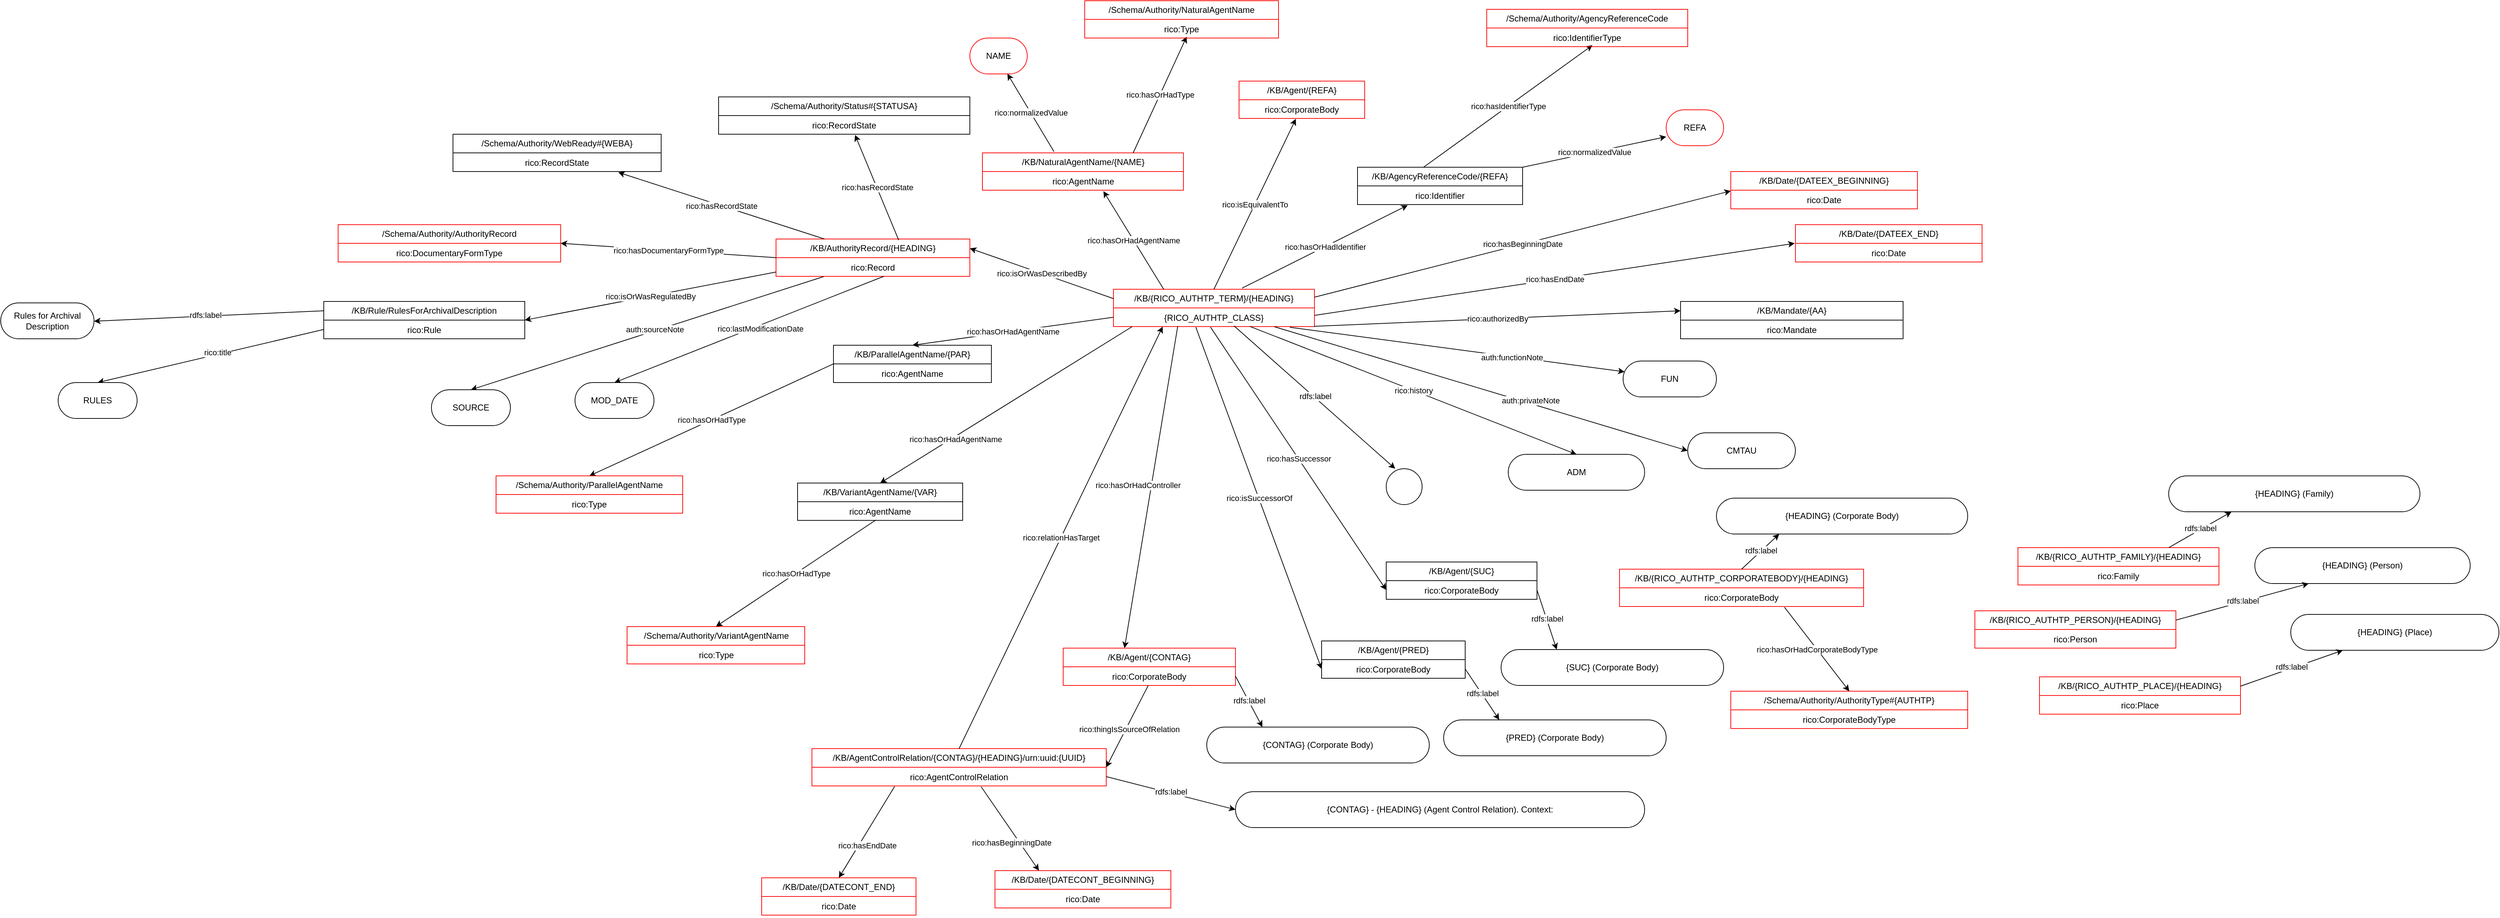
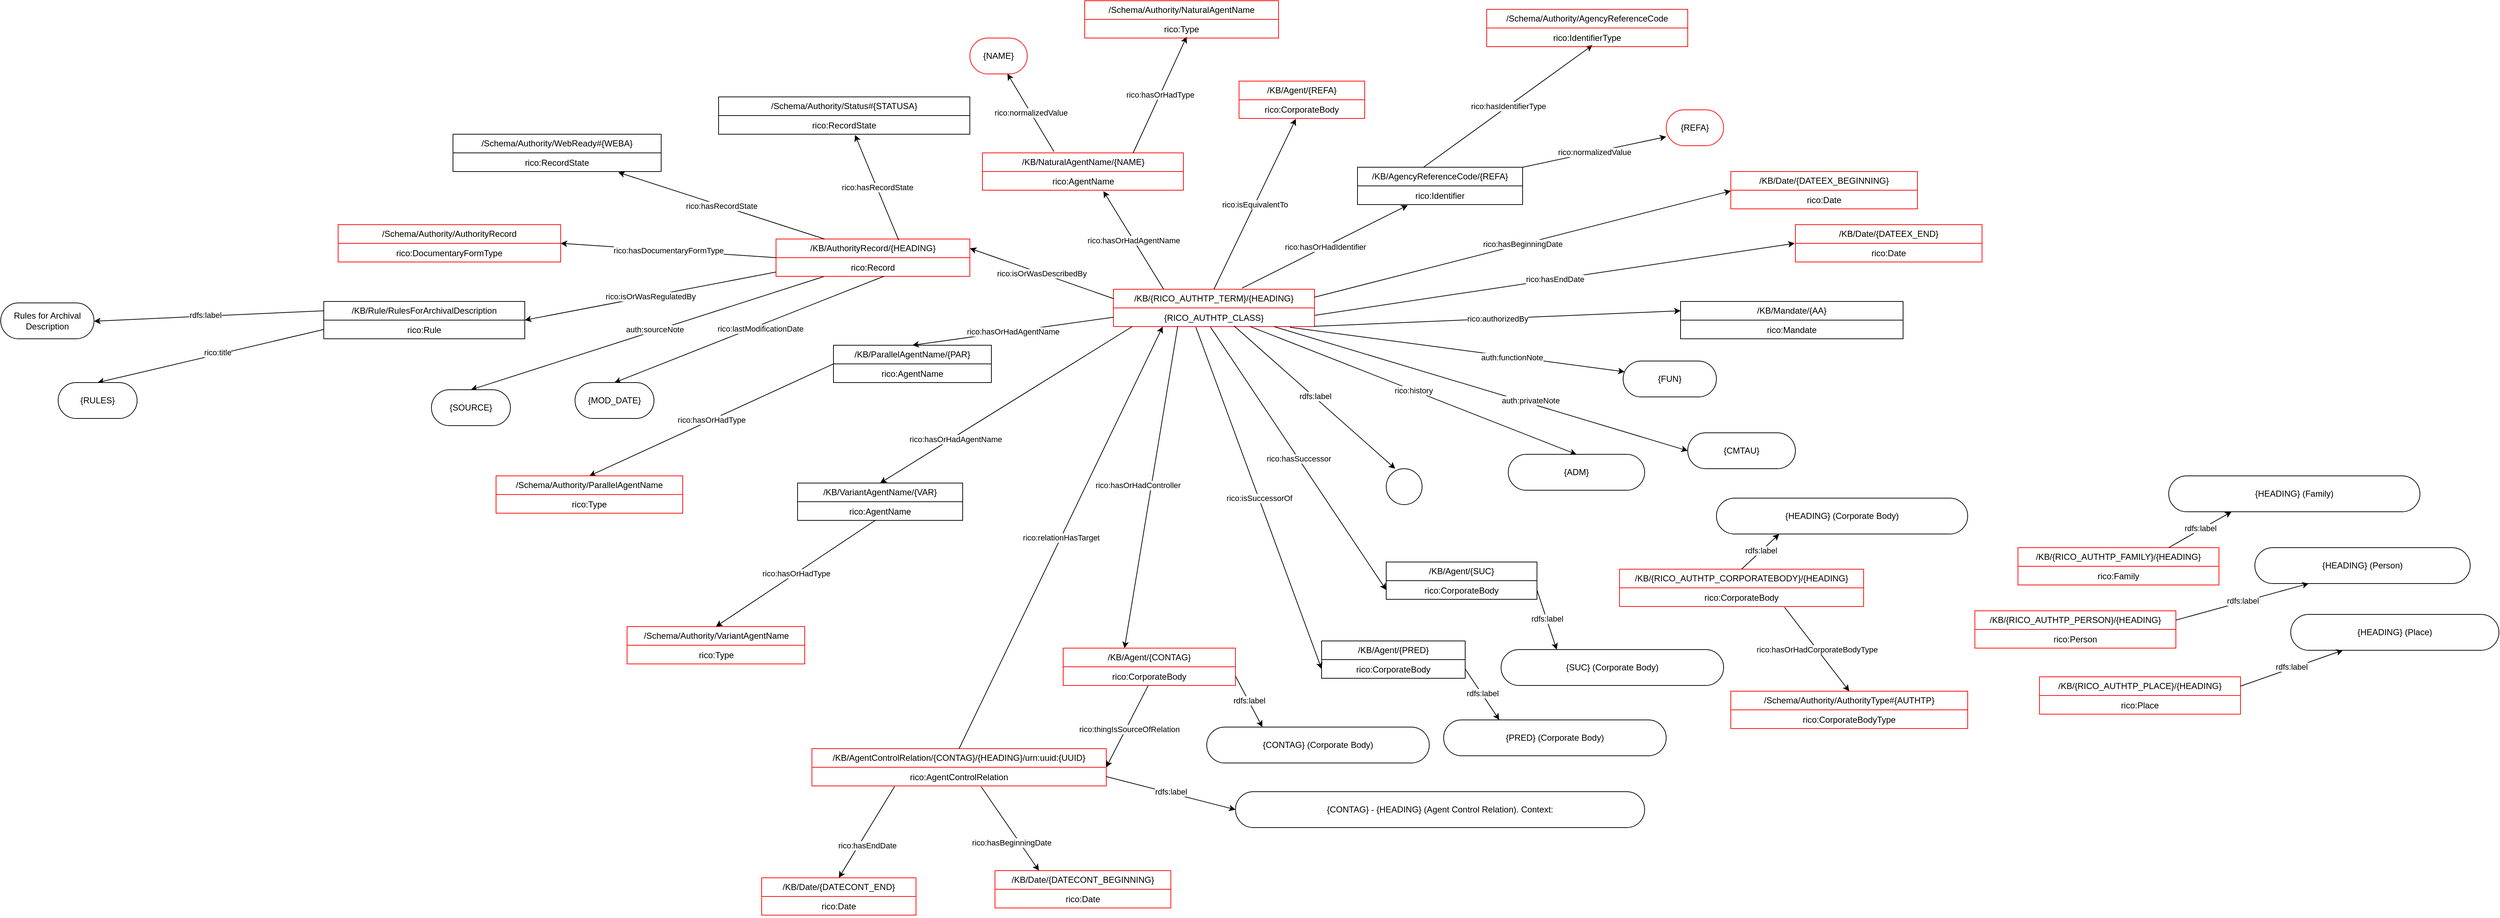
<mxfile host="app.diagrams.net" agent="Mozilla/5.0 (Macintosh; Intel Mac OS X 10_15_7) AppleWebKit/537.36 (KHTML, like Gecko) Chrome/137.0.0.0 Safari/537.36" version="27.1.6">
  <diagram name="Page-1" id="JNRxnBV9_3tvGunqLC9R">
    <mxGraphModel dx="2725" dy="1530" grid="1" gridSize="10" guides="1" tooltips="1" connect="1" arrows="1" fold="1" page="1" pageScale="1" pageWidth="850" pageHeight="1100" background="#FFFFFF" math="0" shadow="0">
      <root>
        <mxCell id="0" />
        <mxCell id="1" parent="0" />
        <mxCell id="gmwnegnUR_CNORKRYM6Y-1" value="/KB/{RICO_AUTHTP_TERM}/{HEADING}" style="swimlane;fontStyle=0;childLayout=stackLayout;horizontal=1;startSize=26;fillColor=none;horizontalStack=0;resizeParent=1;resizeParentMax=0;resizeLast=0;collapsible=1;marginBottom=0;whiteSpace=wrap;html=1;strokeColor=#FF0000;" parent="1" vertex="1">
          <mxGeometry x="240" y="370" width="280" height="52" as="geometry" />
        </mxCell>
        <mxCell id="gmwnegnUR_CNORKRYM6Y-2" value="{RICO_AUTHTP_CLASS}" style="text;strokeColor=none;fillColor=none;align=center;verticalAlign=top;spacingLeft=4;spacingRight=4;overflow=hidden;rotatable=0;points=[[0,0.5],[1,0.5]];portConstraint=eastwest;whiteSpace=wrap;html=1;" parent="gmwnegnUR_CNORKRYM6Y-1" vertex="1">
          <mxGeometry y="26" width="280" height="26" as="geometry" />
        </mxCell>
        <mxCell id="gmwnegnUR_CNORKRYM6Y-10" value="" style="endArrow=classic;html=1;rounded=0;exitX=0.356;exitY=-0.034;exitDx=0;exitDy=0;exitPerimeter=0;entryX=0.654;entryY=0.996;entryDx=0;entryDy=0;entryPerimeter=0;" parent="1" source="iiJ8OJKaNMLrSCaLO3TT-1" target="gmwnegnUR_CNORKRYM6Y-12" edge="1">
          <mxGeometry relative="1" as="geometry">
            <mxPoint x="230" y="180" as="sourcePoint" />
            <mxPoint x="190" y="130" as="targetPoint" />
          </mxGeometry>
        </mxCell>
        <mxCell id="gmwnegnUR_CNORKRYM6Y-11" value="rico:normalizedValue" style="edgeLabel;resizable=0;html=1;;align=center;verticalAlign=middle;" parent="gmwnegnUR_CNORKRYM6Y-10" connectable="0" vertex="1">
          <mxGeometry relative="1" as="geometry" />
        </mxCell>
-         <mxCell id="gmwnegnUR_CNORKRYM6Y-12" value="NAME" style="html=1;whiteSpace=wrap;rounded=1;arcSize=50;strokeColor=#FF0000;" parent="1" vertex="1">
+         <mxCell id="gmwnegnUR_CNORKRYM6Y-12" value="{NAME}" style="html=1;whiteSpace=wrap;rounded=1;arcSize=50;strokeColor=#FF0000;" parent="1" vertex="1">
          <mxGeometry x="40" y="20" width="80" height="50" as="geometry" />
        </mxCell>
        <mxCell id="gmwnegnUR_CNORKRYM6Y-13" value="/KB/AgencyReferenceCode/{REFA}" style="swimlane;fontStyle=0;childLayout=stackLayout;horizontal=1;startSize=26;fillColor=none;horizontalStack=0;resizeParent=1;resizeParentMax=0;resizeLast=0;collapsible=1;marginBottom=0;whiteSpace=wrap;html=1;" parent="1" vertex="1">
          <mxGeometry x="580" y="200" width="230" height="52" as="geometry">
            <mxRectangle x="981" y="570" width="50" height="40" as="alternateBounds" />
          </mxGeometry>
        </mxCell>
        <mxCell id="gmwnegnUR_CNORKRYM6Y-14" value="rico:Identifier" style="text;strokeColor=none;fillColor=none;align=center;verticalAlign=top;spacingLeft=4;spacingRight=4;overflow=hidden;rotatable=0;points=[[0,0.5],[1,0.5]];portConstraint=eastwest;whiteSpace=wrap;html=1;" parent="gmwnegnUR_CNORKRYM6Y-13" vertex="1">
          <mxGeometry y="26" width="230" height="26" as="geometry" />
        </mxCell>
        <mxCell id="gmwnegnUR_CNORKRYM6Y-16" value="" style="endArrow=classic;html=1;rounded=0;entryX=0.304;entryY=1.038;entryDx=0;entryDy=0;entryPerimeter=0;exitX=0.64;exitY=-0.029;exitDx=0;exitDy=0;exitPerimeter=0;" parent="1" source="gmwnegnUR_CNORKRYM6Y-1" target="gmwnegnUR_CNORKRYM6Y-14" edge="1">
          <mxGeometry relative="1" as="geometry">
            <mxPoint x="410" y="350" as="sourcePoint" />
            <mxPoint x="490" y="300" as="targetPoint" />
          </mxGeometry>
        </mxCell>
        <mxCell id="gmwnegnUR_CNORKRYM6Y-17" value="rico:hasOrHadIdentifier" style="edgeLabel;resizable=0;html=1;;align=center;verticalAlign=middle;" parent="gmwnegnUR_CNORKRYM6Y-16" connectable="0" vertex="1">
          <mxGeometry relative="1" as="geometry" />
        </mxCell>
        <mxCell id="gmwnegnUR_CNORKRYM6Y-18" value="" style="endArrow=classic;html=1;rounded=0;exitX=0.4;exitY=0;exitDx=0;exitDy=0;exitPerimeter=0;entryX=0.526;entryY=0.923;entryDx=0;entryDy=0;entryPerimeter=0;" parent="1" source="gmwnegnUR_CNORKRYM6Y-13" target="lstVy3rX84DfsURla7Zy-17" edge="1">
          <mxGeometry relative="1" as="geometry">
            <mxPoint x="320" y="60" as="sourcePoint" />
            <mxPoint x="810" y="140" as="targetPoint" />
          </mxGeometry>
        </mxCell>
        <mxCell id="gmwnegnUR_CNORKRYM6Y-19" value="rico:hasIdentifierType" style="edgeLabel;resizable=0;html=1;;align=center;verticalAlign=middle;" parent="gmwnegnUR_CNORKRYM6Y-18" connectable="0" vertex="1">
          <mxGeometry relative="1" as="geometry" />
        </mxCell>
        <mxCell id="iiJ8OJKaNMLrSCaLO3TT-1" value="/KB/NaturalAgentName/{NAME}" style="swimlane;fontStyle=0;childLayout=stackLayout;horizontal=1;startSize=26;fillColor=none;horizontalStack=0;resizeParent=1;resizeParentMax=0;resizeLast=0;collapsible=1;marginBottom=0;whiteSpace=wrap;html=1;strokeColor=#FF0000;" parent="1" vertex="1">
          <mxGeometry x="57.5" y="180" width="280" height="52" as="geometry">
            <mxRectangle x="981" y="570" width="50" height="40" as="alternateBounds" />
          </mxGeometry>
        </mxCell>
        <mxCell id="iiJ8OJKaNMLrSCaLO3TT-2" value="rico:AgentName" style="text;strokeColor=none;fillColor=none;align=center;verticalAlign=top;spacingLeft=4;spacingRight=4;overflow=hidden;rotatable=0;points=[[0,0.5],[1,0.5]];portConstraint=eastwest;whiteSpace=wrap;html=1;" parent="iiJ8OJKaNMLrSCaLO3TT-1" vertex="1">
          <mxGeometry y="26" width="280" height="26" as="geometry" />
        </mxCell>
        <mxCell id="iiJ8OJKaNMLrSCaLO3TT-3" value="" style="endArrow=classic;html=1;rounded=0;exitX=0.25;exitY=0;exitDx=0;exitDy=0;entryX=0.602;entryY=1.051;entryDx=0;entryDy=0;entryPerimeter=0;" parent="1" source="gmwnegnUR_CNORKRYM6Y-1" target="iiJ8OJKaNMLrSCaLO3TT-2" edge="1">
          <mxGeometry relative="1" as="geometry">
            <mxPoint x="330" y="362" as="sourcePoint" />
            <mxPoint x="280" y="280" as="targetPoint" />
          </mxGeometry>
        </mxCell>
        <mxCell id="iiJ8OJKaNMLrSCaLO3TT-4" value="rico:hasOrHadAgentName" style="edgeLabel;resizable=0;html=1;;align=center;verticalAlign=middle;" parent="iiJ8OJKaNMLrSCaLO3TT-3" connectable="0" vertex="1">
          <mxGeometry relative="1" as="geometry" />
        </mxCell>
        <mxCell id="iiJ8OJKaNMLrSCaLO3TT-9" value="" style="endArrow=classic;html=1;rounded=0;exitX=1.001;exitY=0.212;exitDx=0;exitDy=0;exitPerimeter=0;entryX=0;entryY=0.038;entryDx=0;entryDy=0;strokeColor=#000000;entryPerimeter=0;" parent="1" source="gmwnegnUR_CNORKRYM6Y-1" target="iiJ8OJKaNMLrSCaLO3TT-12" edge="1">
          <mxGeometry relative="1" as="geometry">
            <mxPoint x="500" y="400.0000000000002" as="sourcePoint" />
            <mxPoint x="720" y="360" as="targetPoint" />
          </mxGeometry>
        </mxCell>
        <mxCell id="iiJ8OJKaNMLrSCaLO3TT-10" value="rico:hasBeginningDate" style="edgeLabel;resizable=0;html=1;;align=center;verticalAlign=middle;" parent="iiJ8OJKaNMLrSCaLO3TT-9" connectable="0" vertex="1">
          <mxGeometry relative="1" as="geometry" />
        </mxCell>
        <mxCell id="iiJ8OJKaNMLrSCaLO3TT-11" value="/KB/Date/{DATEEX_BEGINNING}" style="swimlane;fontStyle=0;childLayout=stackLayout;horizontal=1;startSize=26;fillColor=none;horizontalStack=0;resizeParent=1;resizeParentMax=0;resizeLast=0;collapsible=1;marginBottom=0;whiteSpace=wrap;html=1;strokeColor=#FF0000;" parent="1" vertex="1">
          <mxGeometry x="1100" y="206" width="260" height="52" as="geometry" />
        </mxCell>
        <mxCell id="iiJ8OJKaNMLrSCaLO3TT-12" value="rico:Date" style="text;strokeColor=none;fillColor=none;align=center;verticalAlign=top;spacingLeft=4;spacingRight=4;overflow=hidden;rotatable=0;points=[[0,0.5],[1,0.5]];portConstraint=eastwest;whiteSpace=wrap;html=1;" parent="iiJ8OJKaNMLrSCaLO3TT-11" vertex="1">
          <mxGeometry y="26" width="260" height="26" as="geometry" />
        </mxCell>
        <mxCell id="iiJ8OJKaNMLrSCaLO3TT-17" value="" style="endArrow=classic;html=1;rounded=0;exitX=1.001;exitY=0.397;exitDx=0;exitDy=0;exitPerimeter=0;entryX=-0.004;entryY=0;entryDx=0;entryDy=0;entryPerimeter=0;strokeColor=#000000;" parent="1" source="gmwnegnUR_CNORKRYM6Y-2" target="iiJ8OJKaNMLrSCaLO3TT-20" edge="1">
          <mxGeometry relative="1" as="geometry">
            <mxPoint x="480" y="400.0000000000002" as="sourcePoint" />
            <mxPoint x="620" y="400" as="targetPoint" />
          </mxGeometry>
        </mxCell>
        <mxCell id="iiJ8OJKaNMLrSCaLO3TT-18" value="rico:hasEndDate" style="edgeLabel;resizable=0;html=1;;align=center;verticalAlign=middle;" parent="iiJ8OJKaNMLrSCaLO3TT-17" connectable="0" vertex="1">
          <mxGeometry relative="1" as="geometry" />
        </mxCell>
        <mxCell id="iiJ8OJKaNMLrSCaLO3TT-19" value="/KB/Date/{DATEEX_END}" style="swimlane;fontStyle=0;childLayout=stackLayout;horizontal=1;startSize=26;fillColor=none;horizontalStack=0;resizeParent=1;resizeParentMax=0;resizeLast=0;collapsible=1;marginBottom=0;whiteSpace=wrap;html=1;strokeColor=#FF0000;" parent="1" vertex="1">
          <mxGeometry x="1190" y="280" width="260" height="52" as="geometry" />
        </mxCell>
        <mxCell id="iiJ8OJKaNMLrSCaLO3TT-20" value="rico:Date" style="text;strokeColor=none;fillColor=none;align=center;verticalAlign=top;spacingLeft=4;spacingRight=4;overflow=hidden;rotatable=0;points=[[0,0.5],[1,0.5]];portConstraint=eastwest;whiteSpace=wrap;html=1;" parent="iiJ8OJKaNMLrSCaLO3TT-19" vertex="1">
          <mxGeometry y="26" width="260" height="26" as="geometry" />
        </mxCell>
        <mxCell id="_-RjwaxhbeTWfwVWe4ke-1" value="/KB/Mandate/{AA}" style="swimlane;fontStyle=0;childLayout=stackLayout;horizontal=1;startSize=26;fillColor=none;horizontalStack=0;resizeParent=1;resizeParentMax=0;resizeLast=0;collapsible=1;marginBottom=0;whiteSpace=wrap;html=1;" parent="1" vertex="1">
          <mxGeometry x="1030" y="387" width="310" height="52" as="geometry" />
        </mxCell>
        <mxCell id="_-RjwaxhbeTWfwVWe4ke-2" value="rico:Mandate" style="text;strokeColor=none;fillColor=none;align=center;verticalAlign=top;spacingLeft=4;spacingRight=4;overflow=hidden;rotatable=0;points=[[0,0.5],[1,0.5]];portConstraint=eastwest;whiteSpace=wrap;html=1;" parent="_-RjwaxhbeTWfwVWe4ke-1" vertex="1">
          <mxGeometry y="26" width="310" height="26" as="geometry" />
        </mxCell>
        <mxCell id="_-RjwaxhbeTWfwVWe4ke-3" value="" style="endArrow=classic;html=1;rounded=0;exitX=0.999;exitY=0.987;exitDx=0;exitDy=0;exitPerimeter=0;entryX=0;entryY=0.25;entryDx=0;entryDy=0;" parent="1" source="gmwnegnUR_CNORKRYM6Y-2" target="_-RjwaxhbeTWfwVWe4ke-1" edge="1">
          <mxGeometry relative="1" as="geometry">
            <mxPoint x="490" y="500" as="sourcePoint" />
            <mxPoint x="630" y="500" as="targetPoint" />
          </mxGeometry>
        </mxCell>
        <mxCell id="_-RjwaxhbeTWfwVWe4ke-4" value="rico:authorizedBy" style="edgeLabel;resizable=0;html=1;;align=center;verticalAlign=middle;" parent="_-RjwaxhbeTWfwVWe4ke-3" connectable="0" vertex="1">
          <mxGeometry relative="1" as="geometry" />
        </mxCell>
        <mxCell id="_-RjwaxhbeTWfwVWe4ke-13" value="" style="endArrow=classic;html=1;rounded=0;exitX=0.678;exitY=0.987;exitDx=0;exitDy=0;exitPerimeter=0;entryX=0.5;entryY=0;entryDx=0;entryDy=0;" parent="1" source="gmwnegnUR_CNORKRYM6Y-2" target="_-RjwaxhbeTWfwVWe4ke-15" edge="1">
          <mxGeometry relative="1" as="geometry">
            <mxPoint x="330" y="540" as="sourcePoint" />
            <mxPoint x="600" y="630" as="targetPoint" />
          </mxGeometry>
        </mxCell>
        <mxCell id="_-RjwaxhbeTWfwVWe4ke-14" value="rico:history" style="edgeLabel;resizable=0;html=1;;align=center;verticalAlign=middle;" parent="_-RjwaxhbeTWfwVWe4ke-13" connectable="0" vertex="1">
          <mxGeometry relative="1" as="geometry" />
        </mxCell>
-         <mxCell id="_-RjwaxhbeTWfwVWe4ke-15" value="ADM" style="html=1;whiteSpace=wrap;rounded=1;arcSize=50;" parent="1" vertex="1">
+         <mxCell id="_-RjwaxhbeTWfwVWe4ke-15" value="{ADM}" style="html=1;whiteSpace=wrap;rounded=1;arcSize=50;" parent="1" vertex="1">
          <mxGeometry x="790" y="600" width="190" height="50" as="geometry" />
        </mxCell>
        <mxCell id="I4GB3cVhTv-sTvJ7h0Jz-26" value="" style="endArrow=classic;html=1;rounded=0;entryX=0.5;entryY=0;entryDx=0;entryDy=0;exitX=0.25;exitY=1;exitDx=0;exitDy=0;" parent="1" source="I4GB3cVhTv-sTvJ7h0Jz-29" target="I4GB3cVhTv-sTvJ7h0Jz-28" edge="1">
          <mxGeometry relative="1" as="geometry">
            <mxPoint x="-141" y="400" as="sourcePoint" />
            <mxPoint x="-140" y="650" as="targetPoint" />
          </mxGeometry>
        </mxCell>
        <mxCell id="I4GB3cVhTv-sTvJ7h0Jz-27" value="auth:sourceNote" style="edgeLabel;resizable=0;html=1;;align=center;verticalAlign=middle;" parent="I4GB3cVhTv-sTvJ7h0Jz-26" connectable="0" vertex="1">
          <mxGeometry relative="1" as="geometry">
            <mxPoint x="9" y="-5" as="offset" />
          </mxGeometry>
        </mxCell>
-         <mxCell id="I4GB3cVhTv-sTvJ7h0Jz-28" value="SOURCE" style="html=1;whiteSpace=wrap;rounded=1;arcSize=50;" parent="1" vertex="1">
+         <mxCell id="I4GB3cVhTv-sTvJ7h0Jz-28" value="{SOURCE}" style="html=1;whiteSpace=wrap;rounded=1;arcSize=50;" parent="1" vertex="1">
          <mxGeometry x="-710" y="510" width="110" height="50" as="geometry" />
        </mxCell>
        <mxCell id="I4GB3cVhTv-sTvJ7h0Jz-29" value="/KB/AuthorityRecord/{HEADING}" style="swimlane;fontStyle=0;childLayout=stackLayout;horizontal=1;startSize=26;fillColor=none;horizontalStack=0;resizeParent=1;resizeParentMax=0;resizeLast=0;collapsible=1;marginBottom=0;whiteSpace=wrap;html=1;strokeColor=#FF0000;" parent="1" vertex="1">
          <mxGeometry x="-230" y="300" width="270" height="52" as="geometry" />
        </mxCell>
        <mxCell id="I4GB3cVhTv-sTvJ7h0Jz-30" value="rico:Record" style="text;strokeColor=none;fillColor=none;align=center;verticalAlign=top;spacingLeft=4;spacingRight=4;overflow=hidden;rotatable=0;points=[[0,0.5],[1,0.5]];portConstraint=eastwest;whiteSpace=wrap;html=1;" parent="I4GB3cVhTv-sTvJ7h0Jz-29" vertex="1">
          <mxGeometry y="26" width="270" height="26" as="geometry" />
        </mxCell>
        <mxCell id="I4GB3cVhTv-sTvJ7h0Jz-31" value="" style="endArrow=classic;html=1;rounded=0;exitX=0;exitY=0.25;exitDx=0;exitDy=0;entryX=1;entryY=0.25;entryDx=0;entryDy=0;" parent="1" source="gmwnegnUR_CNORKRYM6Y-1" target="I4GB3cVhTv-sTvJ7h0Jz-29" edge="1">
          <mxGeometry relative="1" as="geometry">
            <mxPoint x="160" y="386" as="sourcePoint" />
            <mxPoint x="-110" y="380" as="targetPoint" />
          </mxGeometry>
        </mxCell>
        <mxCell id="I4GB3cVhTv-sTvJ7h0Jz-32" value="rico:isOrWasDescribedBy" style="edgeLabel;resizable=0;html=1;;align=center;verticalAlign=middle;" parent="I4GB3cVhTv-sTvJ7h0Jz-31" connectable="0" vertex="1">
          <mxGeometry relative="1" as="geometry" />
        </mxCell>
        <mxCell id="I4GB3cVhTv-sTvJ7h0Jz-33" value="" style="endArrow=classic;html=1;rounded=0;exitX=0;exitY=0.5;exitDx=0;exitDy=0;entryX=1;entryY=0.5;entryDx=0;entryDy=0;" parent="1" source="I4GB3cVhTv-sTvJ7h0Jz-29" target="I4GB3cVhTv-sTvJ7h0Jz-35" edge="1">
          <mxGeometry relative="1" as="geometry">
            <mxPoint x="-200" y="364" as="sourcePoint" />
            <mxPoint x="-410" y="410" as="targetPoint" />
          </mxGeometry>
        </mxCell>
        <mxCell id="I4GB3cVhTv-sTvJ7h0Jz-34" value="rico:hasDocumentaryFormType" style="edgeLabel;resizable=0;html=1;;align=center;verticalAlign=middle;" parent="I4GB3cVhTv-sTvJ7h0Jz-33" connectable="0" vertex="1">
          <mxGeometry relative="1" as="geometry" />
        </mxCell>
        <mxCell id="I4GB3cVhTv-sTvJ7h0Jz-35" value="/Schema/Authority/AuthorityRecord" style="swimlane;fontStyle=0;childLayout=stackLayout;horizontal=1;startSize=26;fillColor=none;horizontalStack=0;resizeParent=1;resizeParentMax=0;resizeLast=0;collapsible=1;marginBottom=0;whiteSpace=wrap;html=1;strokeColor=#FF0000;" parent="1" vertex="1">
          <mxGeometry x="-840" y="280" width="310" height="52" as="geometry">
            <mxRectangle x="981" y="570" width="50" height="40" as="alternateBounds" />
          </mxGeometry>
        </mxCell>
        <mxCell id="I4GB3cVhTv-sTvJ7h0Jz-36" value="rico:DocumentaryFormType" style="text;strokeColor=none;fillColor=none;align=center;verticalAlign=top;spacingLeft=4;spacingRight=4;overflow=hidden;rotatable=0;points=[[0,0.5],[1,0.5]];portConstraint=eastwest;whiteSpace=wrap;html=1;" parent="I4GB3cVhTv-sTvJ7h0Jz-35" vertex="1">
          <mxGeometry y="26" width="310" height="26" as="geometry" />
        </mxCell>
        <mxCell id="I4GB3cVhTv-sTvJ7h0Jz-37" value="" style="endArrow=classic;html=1;rounded=0;exitX=0;exitY=0.769;exitDx=0;exitDy=0;exitPerimeter=0;entryX=1;entryY=0.5;entryDx=0;entryDy=0;" parent="1" source="I4GB3cVhTv-sTvJ7h0Jz-30" target="mXWEuhzCrtuQsP6tQl7L-1" edge="1">
          <mxGeometry relative="1" as="geometry">
            <mxPoint x="-201" y="382" as="sourcePoint" />
            <mxPoint x="-411" y="470" as="targetPoint" />
          </mxGeometry>
        </mxCell>
        <mxCell id="I4GB3cVhTv-sTvJ7h0Jz-38" value="rico:isOrWasRegulatedBy" style="edgeLabel;resizable=0;html=1;;align=center;verticalAlign=middle;" parent="I4GB3cVhTv-sTvJ7h0Jz-37" connectable="0" vertex="1">
          <mxGeometry relative="1" as="geometry" />
        </mxCell>
        <mxCell id="lTHjRTAcClQ9bYR0I0Gv-9" value="" style="endArrow=classic;html=1;rounded=0;exitX=0.25;exitY=0;exitDx=0;exitDy=0;entryX=0.794;entryY=1.045;entryDx=0;entryDy=0;entryPerimeter=0;" parent="1" source="I4GB3cVhTv-sTvJ7h0Jz-29" target="lTHjRTAcClQ9bYR0I0Gv-12" edge="1">
          <mxGeometry relative="1" as="geometry">
            <mxPoint x="-220" y="422" as="sourcePoint" />
            <mxPoint x="-260" y="390" as="targetPoint" />
          </mxGeometry>
        </mxCell>
        <mxCell id="lTHjRTAcClQ9bYR0I0Gv-10" value="rico:hasRecordState" style="edgeLabel;resizable=0;html=1;;align=center;verticalAlign=middle;" parent="lTHjRTAcClQ9bYR0I0Gv-9" connectable="0" vertex="1">
          <mxGeometry relative="1" as="geometry" />
        </mxCell>
        <mxCell id="lTHjRTAcClQ9bYR0I0Gv-11" value="/Schema/Authority/WebReady#{WEBA}" style="swimlane;fontStyle=0;childLayout=stackLayout;horizontal=1;startSize=26;fillColor=none;horizontalStack=0;resizeParent=1;resizeParentMax=0;resizeLast=0;collapsible=1;marginBottom=0;whiteSpace=wrap;html=1;" parent="1" vertex="1">
          <mxGeometry x="-680" y="154" width="290" height="52" as="geometry">
            <mxRectangle x="981" y="570" width="50" height="40" as="alternateBounds" />
          </mxGeometry>
        </mxCell>
        <mxCell id="lTHjRTAcClQ9bYR0I0Gv-12" value="rico:RecordState" style="text;strokeColor=none;fillColor=none;align=center;verticalAlign=top;spacingLeft=4;spacingRight=4;overflow=hidden;rotatable=0;points=[[0,0.5],[1,0.5]];portConstraint=eastwest;whiteSpace=wrap;html=1;" parent="lTHjRTAcClQ9bYR0I0Gv-11" vertex="1">
          <mxGeometry y="26" width="290" height="26" as="geometry" />
        </mxCell>
        <mxCell id="lTHjRTAcClQ9bYR0I0Gv-13" value="/Schema/Authority/Status#{STATUSA}" style="swimlane;fontStyle=0;childLayout=stackLayout;horizontal=1;startSize=26;fillColor=none;horizontalStack=0;resizeParent=1;resizeParentMax=0;resizeLast=0;collapsible=1;marginBottom=0;whiteSpace=wrap;html=1;" parent="1" vertex="1">
          <mxGeometry x="-310" y="102" width="350" height="52" as="geometry">
            <mxRectangle x="981" y="570" width="50" height="40" as="alternateBounds" />
          </mxGeometry>
        </mxCell>
        <mxCell id="lTHjRTAcClQ9bYR0I0Gv-14" value="rico:RecordState" style="text;strokeColor=none;fillColor=none;align=center;verticalAlign=top;spacingLeft=4;spacingRight=4;overflow=hidden;rotatable=0;points=[[0,0.5],[1,0.5]];portConstraint=eastwest;whiteSpace=wrap;html=1;" parent="lTHjRTAcClQ9bYR0I0Gv-13" vertex="1">
          <mxGeometry y="26" width="350" height="26" as="geometry" />
        </mxCell>
        <mxCell id="lTHjRTAcClQ9bYR0I0Gv-15" value="" style="endArrow=classic;html=1;rounded=0;entryX=0.543;entryY=1.038;entryDx=0;entryDy=0;entryPerimeter=0;exitX=0.633;exitY=0.03;exitDx=0;exitDy=0;exitPerimeter=0;" parent="1" source="I4GB3cVhTv-sTvJ7h0Jz-29" target="lTHjRTAcClQ9bYR0I0Gv-14" edge="1">
          <mxGeometry relative="1" as="geometry">
            <mxPoint x="-160" y="420" as="sourcePoint" />
            <mxPoint x="-110" y="380" as="targetPoint" />
          </mxGeometry>
        </mxCell>
        <mxCell id="lTHjRTAcClQ9bYR0I0Gv-16" value="rico:hasRecordState" style="edgeLabel;resizable=0;html=1;;align=center;verticalAlign=middle;" parent="lTHjRTAcClQ9bYR0I0Gv-15" connectable="0" vertex="1">
          <mxGeometry relative="1" as="geometry" />
        </mxCell>
-         <mxCell id="QoX8hO-0wcaPtYNZqJav-1" value="FUN" style="html=1;whiteSpace=wrap;rounded=1;arcSize=50;" parent="1" vertex="1">
+         <mxCell id="QoX8hO-0wcaPtYNZqJav-1" value="{FUN}" style="html=1;whiteSpace=wrap;rounded=1;arcSize=50;" parent="1" vertex="1">
          <mxGeometry x="950" y="470" width="130" height="50" as="geometry" />
        </mxCell>
        <mxCell id="QoX8hO-0wcaPtYNZqJav-2" value="" style="endArrow=classic;html=1;rounded=0;exitX=0.878;exitY=1.038;exitDx=0;exitDy=0;exitPerimeter=0;entryX=0.016;entryY=0.3;entryDx=0;entryDy=0;entryPerimeter=0;" parent="1" source="gmwnegnUR_CNORKRYM6Y-2" target="QoX8hO-0wcaPtYNZqJav-1" edge="1">
          <mxGeometry relative="1" as="geometry">
            <mxPoint x="560" y="443.5" as="sourcePoint" />
            <mxPoint x="690" y="570" as="targetPoint" />
          </mxGeometry>
        </mxCell>
        <mxCell id="QoX8hO-0wcaPtYNZqJav-3" value="auth:functionNote" style="edgeLabel;resizable=0;html=1;;align=center;verticalAlign=middle;" parent="QoX8hO-0wcaPtYNZqJav-2" connectable="0" vertex="1">
          <mxGeometry relative="1" as="geometry">
            <mxPoint x="76" y="11" as="offset" />
          </mxGeometry>
        </mxCell>
        <mxCell id="lstVy3rX84DfsURla7Zy-16" value="/Schema/Authority/AgencyReferenceCode" style="swimlane;fontStyle=0;childLayout=stackLayout;horizontal=1;startSize=26;fillColor=none;horizontalStack=0;resizeParent=1;resizeParentMax=0;resizeLast=0;collapsible=1;marginBottom=0;whiteSpace=wrap;html=1;strokeColor=#FF0000;" parent="1" vertex="1">
          <mxGeometry x="760" y="-20" width="280" height="52" as="geometry">
            <mxRectangle x="981" y="570" width="50" height="40" as="alternateBounds" />
          </mxGeometry>
        </mxCell>
        <mxCell id="lstVy3rX84DfsURla7Zy-17" value="rico:IdentifierType" style="text;strokeColor=none;fillColor=none;align=center;verticalAlign=top;spacingLeft=4;spacingRight=4;overflow=hidden;rotatable=0;points=[[0,0.5],[1,0.5]];portConstraint=eastwest;whiteSpace=wrap;html=1;" parent="lstVy3rX84DfsURla7Zy-16" vertex="1">
          <mxGeometry y="26" width="280" height="26" as="geometry" />
        </mxCell>
        <mxCell id="lstVy3rX84DfsURla7Zy-30" value="" style="endArrow=classic;html=1;rounded=0;exitX=1;exitY=0;exitDx=0;exitDy=0;entryX=0;entryY=0.75;entryDx=0;entryDy=0;" parent="1" source="gmwnegnUR_CNORKRYM6Y-13" target="lstVy3rX84DfsURla7Zy-32" edge="1">
          <mxGeometry relative="1" as="geometry">
            <mxPoint x="1109" y="222" as="sourcePoint" />
            <mxPoint x="1090" y="164" as="targetPoint" />
          </mxGeometry>
        </mxCell>
        <mxCell id="lstVy3rX84DfsURla7Zy-31" value="rico:normalizedValue" style="edgeLabel;resizable=0;html=1;;align=center;verticalAlign=middle;" parent="lstVy3rX84DfsURla7Zy-30" connectable="0" vertex="1">
          <mxGeometry relative="1" as="geometry" />
        </mxCell>
-         <mxCell id="lstVy3rX84DfsURla7Zy-32" value="REFA" style="html=1;whiteSpace=wrap;rounded=1;arcSize=50;strokeColor=#FF0000;" parent="1" vertex="1">
+         <mxCell id="lstVy3rX84DfsURla7Zy-32" value="{REFA}" style="html=1;whiteSpace=wrap;rounded=1;arcSize=50;strokeColor=#FF0000;" parent="1" vertex="1">
          <mxGeometry x="1010" y="120" width="80" height="50" as="geometry" />
        </mxCell>
        <mxCell id="LdrxgRQo7zRXQQt_UOkl-3" value="" style="endArrow=classic;html=1;rounded=0;exitX=0.32;exitY=0.972;exitDx=0;exitDy=0;exitPerimeter=0;entryX=0.356;entryY=0;entryDx=0;entryDy=0;entryPerimeter=0;" parent="1" source="gmwnegnUR_CNORKRYM6Y-2" target="LdrxgRQo7zRXQQt_UOkl-5" edge="1">
          <mxGeometry relative="1" as="geometry">
            <mxPoint x="170" y="1120" as="sourcePoint" />
            <mxPoint x="420" y="1270.6666259765625" as="targetPoint" />
          </mxGeometry>
        </mxCell>
        <mxCell id="LdrxgRQo7zRXQQt_UOkl-4" value="rico:hasOrHadController" style="edgeLabel;resizable=0;html=1;;align=center;verticalAlign=middle;" parent="LdrxgRQo7zRXQQt_UOkl-3" connectable="0" vertex="1">
          <mxGeometry relative="1" as="geometry">
            <mxPoint x="-19" y="-3" as="offset" />
          </mxGeometry>
        </mxCell>
        <mxCell id="LdrxgRQo7zRXQQt_UOkl-5" value="/KB/Agent/{CONTAG}" style="swimlane;fontStyle=0;childLayout=stackLayout;horizontal=1;startSize=26;fillColor=none;horizontalStack=0;resizeParent=1;resizeParentMax=0;resizeLast=0;collapsible=1;marginBottom=0;whiteSpace=wrap;html=1;strokeColor=#FF0000;" parent="1" vertex="1">
          <mxGeometry x="170" y="870" width="240" height="52" as="geometry" />
        </mxCell>
        <mxCell id="LdrxgRQo7zRXQQt_UOkl-6" value="rico:CorporateBody" style="text;strokeColor=none;fillColor=none;align=center;verticalAlign=top;spacingLeft=4;spacingRight=4;overflow=hidden;rotatable=0;points=[[0,0.5],[1,0.5]];portConstraint=eastwest;whiteSpace=wrap;html=1;" parent="LdrxgRQo7zRXQQt_UOkl-5" vertex="1">
          <mxGeometry y="26" width="240" height="26" as="geometry" />
        </mxCell>
        <mxCell id="LdrxgRQo7zRXQQt_UOkl-7" value="/KB/AgentControlRelation/{CONTAG}/{HEADING}/urn:uuid:{UUID}" style="swimlane;fontStyle=0;childLayout=stackLayout;horizontal=1;startSize=26;fillColor=none;horizontalStack=0;resizeParent=1;resizeParentMax=0;resizeLast=0;collapsible=1;marginBottom=0;whiteSpace=wrap;html=1;strokeColor=#FF0000;" parent="1" vertex="1">
          <mxGeometry x="-180" y="1010" width="410" height="52" as="geometry" />
        </mxCell>
        <mxCell id="LdrxgRQo7zRXQQt_UOkl-8" value="rico:AgentControlRelation" style="text;strokeColor=none;fillColor=none;align=center;verticalAlign=top;spacingLeft=4;spacingRight=4;overflow=hidden;rotatable=0;points=[[0,0.5],[1,0.5]];portConstraint=eastwest;whiteSpace=wrap;html=1;" parent="LdrxgRQo7zRXQQt_UOkl-7" vertex="1">
          <mxGeometry y="26" width="410" height="26" as="geometry" />
        </mxCell>
        <mxCell id="LdrxgRQo7zRXQQt_UOkl-9" value="" style="endArrow=classic;html=1;rounded=0;entryX=1;entryY=0.5;entryDx=0;entryDy=0;exitX=0.493;exitY=1.012;exitDx=0;exitDy=0;exitPerimeter=0;" parent="1" source="LdrxgRQo7zRXQQt_UOkl-6" target="LdrxgRQo7zRXQQt_UOkl-7" edge="1">
          <mxGeometry relative="1" as="geometry">
            <mxPoint x="590" y="1630" as="sourcePoint" />
            <mxPoint x="480" y="1490" as="targetPoint" />
          </mxGeometry>
        </mxCell>
        <mxCell id="LdrxgRQo7zRXQQt_UOkl-10" value="rico:thingIsSourceOfRelation" style="edgeLabel;resizable=0;html=1;;align=center;verticalAlign=middle;" parent="LdrxgRQo7zRXQQt_UOkl-9" connectable="0" vertex="1">
          <mxGeometry relative="1" as="geometry">
            <mxPoint x="3" y="3" as="offset" />
          </mxGeometry>
        </mxCell>
        <mxCell id="LdrxgRQo7zRXQQt_UOkl-11" value="" style="endArrow=classic;html=1;rounded=0;entryX=0.245;entryY=1.005;entryDx=0;entryDy=0;entryPerimeter=0;exitX=0.5;exitY=0;exitDx=0;exitDy=0;" parent="1" source="LdrxgRQo7zRXQQt_UOkl-7" target="gmwnegnUR_CNORKRYM6Y-2" edge="1">
          <mxGeometry relative="1" as="geometry">
            <mxPoint x="420" y="1292" as="sourcePoint" />
            <mxPoint x="319.5" y="1380" as="targetPoint" />
          </mxGeometry>
        </mxCell>
        <mxCell id="LdrxgRQo7zRXQQt_UOkl-12" value="rico:relationHasTarget" style="edgeLabel;resizable=0;html=1;;align=center;verticalAlign=middle;" parent="LdrxgRQo7zRXQQt_UOkl-11" connectable="0" vertex="1">
          <mxGeometry relative="1" as="geometry" />
        </mxCell>
        <mxCell id="LdrxgRQo7zRXQQt_UOkl-13" value="" style="endArrow=classic;html=1;rounded=0;exitX=0.575;exitY=1.043;exitDx=0;exitDy=0;exitPerimeter=0;entryX=0.25;entryY=0;entryDx=0;entryDy=0;" parent="1" source="LdrxgRQo7zRXQQt_UOkl-8" target="LdrxgRQo7zRXQQt_UOkl-15" edge="1">
          <mxGeometry relative="1" as="geometry">
            <mxPoint x="530" y="1472" as="sourcePoint" />
            <mxPoint x="500" y="1610" as="targetPoint" />
          </mxGeometry>
        </mxCell>
        <mxCell id="LdrxgRQo7zRXQQt_UOkl-14" value="rico:hasBeginningDate" style="edgeLabel;resizable=0;html=1;;align=center;verticalAlign=middle;" parent="LdrxgRQo7zRXQQt_UOkl-13" connectable="0" vertex="1">
          <mxGeometry relative="1" as="geometry">
            <mxPoint x="2" y="19" as="offset" />
          </mxGeometry>
        </mxCell>
        <mxCell id="LdrxgRQo7zRXQQt_UOkl-15" value="/KB/Date/{DATECONT_BEGINNING}" style="swimlane;fontStyle=0;childLayout=stackLayout;horizontal=1;startSize=26;fillColor=none;horizontalStack=0;resizeParent=1;resizeParentMax=0;resizeLast=0;collapsible=1;marginBottom=0;whiteSpace=wrap;html=1;strokeColor=#FF0000;" parent="1" vertex="1">
          <mxGeometry x="75" y="1180" width="245" height="52" as="geometry" />
        </mxCell>
        <mxCell id="LdrxgRQo7zRXQQt_UOkl-16" value="rico:Date" style="text;strokeColor=none;fillColor=none;align=center;verticalAlign=top;spacingLeft=4;spacingRight=4;overflow=hidden;rotatable=0;points=[[0,0.5],[1,0.5]];portConstraint=eastwest;whiteSpace=wrap;html=1;" parent="LdrxgRQo7zRXQQt_UOkl-15" vertex="1">
          <mxGeometry y="26" width="245" height="26" as="geometry" />
        </mxCell>
        <mxCell id="LdrxgRQo7zRXQQt_UOkl-17" value="" style="endArrow=classic;html=1;rounded=0;entryX=0.5;entryY=0;entryDx=0;entryDy=0;exitX=0.281;exitY=1.029;exitDx=0;exitDy=0;exitPerimeter=0;" parent="1" source="LdrxgRQo7zRXQQt_UOkl-8" target="LdrxgRQo7zRXQQt_UOkl-19" edge="1">
          <mxGeometry relative="1" as="geometry">
            <mxPoint x="460" y="1480" as="sourcePoint" />
            <mxPoint x="460" y="1730" as="targetPoint" />
          </mxGeometry>
        </mxCell>
        <mxCell id="LdrxgRQo7zRXQQt_UOkl-18" value="rico:hasEndDate" style="edgeLabel;resizable=0;html=1;;align=center;verticalAlign=middle;" parent="LdrxgRQo7zRXQQt_UOkl-17" connectable="0" vertex="1">
          <mxGeometry relative="1" as="geometry">
            <mxPoint y="18" as="offset" />
          </mxGeometry>
        </mxCell>
        <mxCell id="LdrxgRQo7zRXQQt_UOkl-19" value="/KB/Date/{DATECONT_END}" style="swimlane;fontStyle=0;childLayout=stackLayout;horizontal=1;startSize=26;fillColor=none;horizontalStack=0;resizeParent=1;resizeParentMax=0;resizeLast=0;collapsible=1;marginBottom=0;whiteSpace=wrap;html=1;strokeColor=#FF0000;" parent="1" vertex="1">
          <mxGeometry x="-250" y="1190" width="215" height="52" as="geometry" />
        </mxCell>
        <mxCell id="LdrxgRQo7zRXQQt_UOkl-20" value="rico:Date" style="text;strokeColor=none;fillColor=none;align=center;verticalAlign=top;spacingLeft=4;spacingRight=4;overflow=hidden;rotatable=0;points=[[0,0.5],[1,0.5]];portConstraint=eastwest;whiteSpace=wrap;html=1;" parent="LdrxgRQo7zRXQQt_UOkl-19" vertex="1">
          <mxGeometry y="26" width="215" height="26" as="geometry" />
        </mxCell>
        <mxCell id="LdrxgRQo7zRXQQt_UOkl-21" value="" style="endArrow=classic;html=1;rounded=0;entryX=0.5;entryY=0;entryDx=0;entryDy=0;exitX=0.093;exitY=1.005;exitDx=0;exitDy=0;exitPerimeter=0;" parent="1" source="gmwnegnUR_CNORKRYM6Y-2" target="LdrxgRQo7zRXQQt_UOkl-23" edge="1">
          <mxGeometry relative="1" as="geometry">
            <mxPoint x="250" y="620" as="sourcePoint" />
            <mxPoint x="-100" y="880" as="targetPoint" />
          </mxGeometry>
        </mxCell>
        <mxCell id="LdrxgRQo7zRXQQt_UOkl-22" value="rico:hasOrHadAgentName" style="edgeLabel;resizable=0;html=1;;align=center;verticalAlign=middle;" parent="LdrxgRQo7zRXQQt_UOkl-21" connectable="0" vertex="1">
          <mxGeometry relative="1" as="geometry">
            <mxPoint x="-71" y="48" as="offset" />
          </mxGeometry>
        </mxCell>
        <mxCell id="LdrxgRQo7zRXQQt_UOkl-23" value="/KB/VariantAgentName/{VAR}" style="swimlane;fontStyle=0;childLayout=stackLayout;horizontal=1;startSize=26;fillColor=none;horizontalStack=0;resizeParent=1;resizeParentMax=0;resizeLast=0;collapsible=1;marginBottom=0;whiteSpace=wrap;html=1;" parent="1" vertex="1">
          <mxGeometry x="-200" y="640" width="230" height="52" as="geometry">
            <mxRectangle x="981" y="570" width="50" height="40" as="alternateBounds" />
          </mxGeometry>
        </mxCell>
        <mxCell id="LdrxgRQo7zRXQQt_UOkl-24" value="rico:AgentName" style="text;strokeColor=none;fillColor=none;align=center;verticalAlign=top;spacingLeft=4;spacingRight=4;overflow=hidden;rotatable=0;points=[[0,0.5],[1,0.5]];portConstraint=eastwest;whiteSpace=wrap;html=1;" parent="LdrxgRQo7zRXQQt_UOkl-23" vertex="1">
          <mxGeometry y="26" width="230" height="26" as="geometry" />
        </mxCell>
        <mxCell id="LdrxgRQo7zRXQQt_UOkl-28" value="" style="endArrow=classic;html=1;rounded=0;entryX=0;entryY=0.5;entryDx=0;entryDy=0;exitX=0.41;exitY=1.032;exitDx=0;exitDy=0;exitPerimeter=0;" parent="1" source="gmwnegnUR_CNORKRYM6Y-2" target="LdrxgRQo7zRXQQt_UOkl-31" edge="1">
          <mxGeometry relative="1" as="geometry">
            <mxPoint x="400" y="550" as="sourcePoint" />
            <mxPoint x="425" y="918" as="targetPoint" />
          </mxGeometry>
        </mxCell>
        <mxCell id="LdrxgRQo7zRXQQt_UOkl-29" value="rico:isSuccessorOf" style="edgeLabel;resizable=0;html=1;;align=center;verticalAlign=middle;" parent="LdrxgRQo7zRXQQt_UOkl-28" connectable="0" vertex="1">
          <mxGeometry relative="1" as="geometry" />
        </mxCell>
        <mxCell id="LdrxgRQo7zRXQQt_UOkl-30" value="/KB/Agent/{PRED}" style="swimlane;fontStyle=0;childLayout=stackLayout;horizontal=1;startSize=26;fillColor=none;horizontalStack=0;resizeParent=1;resizeParentMax=0;resizeLast=0;collapsible=1;marginBottom=0;whiteSpace=wrap;html=1;strokeColor=#000000;" parent="1" vertex="1">
          <mxGeometry x="530" y="860" width="200" height="52" as="geometry" />
        </mxCell>
        <mxCell id="LdrxgRQo7zRXQQt_UOkl-31" value="rico:CorporateBody" style="text;strokeColor=none;fillColor=none;align=center;verticalAlign=top;spacingLeft=4;spacingRight=4;overflow=hidden;rotatable=0;points=[[0,0.5],[1,0.5]];portConstraint=eastwest;whiteSpace=wrap;html=1;" parent="LdrxgRQo7zRXQQt_UOkl-30" vertex="1">
          <mxGeometry y="26" width="200" height="26" as="geometry" />
        </mxCell>
        <mxCell id="LdrxgRQo7zRXQQt_UOkl-32" value="" style="endArrow=classic;html=1;rounded=0;exitX=0.483;exitY=1.032;exitDx=0;exitDy=0;entryX=0;entryY=0.5;entryDx=0;entryDy=0;exitPerimeter=0;" parent="1" source="gmwnegnUR_CNORKRYM6Y-2" target="LdrxgRQo7zRXQQt_UOkl-35" edge="1">
          <mxGeometry relative="1" as="geometry">
            <mxPoint x="510" y="710" as="sourcePoint" />
            <mxPoint x="275" y="858" as="targetPoint" />
          </mxGeometry>
        </mxCell>
        <mxCell id="LdrxgRQo7zRXQQt_UOkl-33" value="rico:hasSuccessor" style="edgeLabel;resizable=0;html=1;;align=center;verticalAlign=middle;" parent="LdrxgRQo7zRXQQt_UOkl-32" connectable="0" vertex="1">
          <mxGeometry relative="1" as="geometry" />
        </mxCell>
        <mxCell id="LdrxgRQo7zRXQQt_UOkl-34" value="/KB/Agent/{SUC}" style="swimlane;fontStyle=0;childLayout=stackLayout;horizontal=1;startSize=26;fillColor=none;horizontalStack=0;resizeParent=1;resizeParentMax=0;resizeLast=0;collapsible=1;marginBottom=0;whiteSpace=wrap;html=1;strokeColor=#000000;" parent="1" vertex="1">
          <mxGeometry x="620" y="750" width="210" height="52" as="geometry" />
        </mxCell>
        <mxCell id="LdrxgRQo7zRXQQt_UOkl-35" value="rico:CorporateBody" style="text;strokeColor=none;fillColor=none;align=center;verticalAlign=top;spacingLeft=4;spacingRight=4;overflow=hidden;rotatable=0;points=[[0,0.5],[1,0.5]];portConstraint=eastwest;whiteSpace=wrap;html=1;" parent="LdrxgRQo7zRXQQt_UOkl-34" vertex="1">
          <mxGeometry y="26" width="210" height="26" as="geometry" />
        </mxCell>
        <mxCell id="LdrxgRQo7zRXQQt_UOkl-36" value="" style="endArrow=classic;html=1;rounded=0;exitX=0;exitY=0.5;exitDx=0;exitDy=0;entryX=0.5;entryY=0;entryDx=0;entryDy=0;" parent="1" source="gmwnegnUR_CNORKRYM6Y-2" target="LdrxgRQo7zRXQQt_UOkl-38" edge="1">
          <mxGeometry relative="1" as="geometry">
            <mxPoint x="203" y="949" as="sourcePoint" />
            <mxPoint x="-70" y="770" as="targetPoint" />
          </mxGeometry>
        </mxCell>
        <mxCell id="LdrxgRQo7zRXQQt_UOkl-37" value="rico:hasOrHadAgentName" style="edgeLabel;resizable=0;html=1;;align=center;verticalAlign=middle;" parent="LdrxgRQo7zRXQQt_UOkl-36" connectable="0" vertex="1">
          <mxGeometry relative="1" as="geometry" />
        </mxCell>
        <mxCell id="LdrxgRQo7zRXQQt_UOkl-38" value="/KB/ParallelAgentName/{PAR}" style="swimlane;fontStyle=0;childLayout=stackLayout;horizontal=1;startSize=26;fillColor=none;horizontalStack=0;resizeParent=1;resizeParentMax=0;resizeLast=0;collapsible=1;marginBottom=0;whiteSpace=wrap;html=1;" parent="1" vertex="1">
          <mxGeometry x="-150" y="448" width="220" height="52" as="geometry">
            <mxRectangle x="981" y="570" width="50" height="40" as="alternateBounds" />
          </mxGeometry>
        </mxCell>
        <mxCell id="LdrxgRQo7zRXQQt_UOkl-39" value="rico:AgentName" style="text;strokeColor=none;fillColor=none;align=center;verticalAlign=top;spacingLeft=4;spacingRight=4;overflow=hidden;rotatable=0;points=[[0,0.5],[1,0.5]];portConstraint=eastwest;whiteSpace=wrap;html=1;" parent="LdrxgRQo7zRXQQt_UOkl-38" vertex="1">
          <mxGeometry y="26" width="220" height="26" as="geometry" />
        </mxCell>
        <mxCell id="LdrxgRQo7zRXQQt_UOkl-40" value="" style="endArrow=classic;html=1;rounded=0;entryX=0.5;entryY=0;entryDx=0;entryDy=0;exitX=0;exitY=0.5;exitDx=0;exitDy=0;" parent="1" source="LdrxgRQo7zRXQQt_UOkl-38" target="LdrxgRQo7zRXQQt_UOkl-42" edge="1">
          <mxGeometry relative="1" as="geometry">
            <mxPoint x="-180" y="700" as="sourcePoint" />
            <mxPoint x="-300" y="749" as="targetPoint" />
          </mxGeometry>
        </mxCell>
        <mxCell id="LdrxgRQo7zRXQQt_UOkl-41" value="rico:hasOrHadType" style="edgeLabel;resizable=0;html=1;;align=center;verticalAlign=middle;" parent="LdrxgRQo7zRXQQt_UOkl-40" connectable="0" vertex="1">
          <mxGeometry relative="1" as="geometry" />
        </mxCell>
        <mxCell id="LdrxgRQo7zRXQQt_UOkl-42" value="/Schema/Authority/ParallelAgentName" style="swimlane;fontStyle=0;childLayout=stackLayout;horizontal=1;startSize=26;fillColor=none;horizontalStack=0;resizeParent=1;resizeParentMax=0;resizeLast=0;collapsible=1;marginBottom=0;whiteSpace=wrap;html=1;strokeColor=#FF0000;" parent="1" vertex="1">
          <mxGeometry x="-620" y="630" width="260" height="52" as="geometry" />
        </mxCell>
        <mxCell id="LdrxgRQo7zRXQQt_UOkl-43" value="rico:Type" style="text;strokeColor=none;fillColor=none;align=center;verticalAlign=top;spacingLeft=4;spacingRight=4;overflow=hidden;rotatable=0;points=[[0,0.5],[1,0.5]];portConstraint=eastwest;whiteSpace=wrap;html=1;" parent="LdrxgRQo7zRXQQt_UOkl-42" vertex="1">
          <mxGeometry y="26" width="260" height="26" as="geometry" />
        </mxCell>
        <mxCell id="LdrxgRQo7zRXQQt_UOkl-47" value="/Schema/Authority/AuthorityType#{AUTHTP}" style="swimlane;fontStyle=0;childLayout=stackLayout;horizontal=1;startSize=26;fillColor=none;horizontalStack=0;resizeParent=1;resizeParentMax=0;resizeLast=0;collapsible=1;marginBottom=0;whiteSpace=wrap;html=1;strokeColor=#FF0000;" parent="1" vertex="1">
          <mxGeometry x="1100" y="930" width="330" height="52" as="geometry">
            <mxRectangle x="981" y="570" width="50" height="40" as="alternateBounds" />
          </mxGeometry>
        </mxCell>
        <mxCell id="LdrxgRQo7zRXQQt_UOkl-48" value="rico:CorporateBodyType" style="text;strokeColor=none;fillColor=none;align=center;verticalAlign=top;spacingLeft=4;spacingRight=4;overflow=hidden;rotatable=0;points=[[0,0.5],[1,0.5]];portConstraint=eastwest;whiteSpace=wrap;html=1;" parent="LdrxgRQo7zRXQQt_UOkl-47" vertex="1">
          <mxGeometry y="26" width="330" height="26" as="geometry" />
        </mxCell>
        <mxCell id="LdrxgRQo7zRXQQt_UOkl-49" value="" style="endArrow=classic;html=1;rounded=0;entryX=0.5;entryY=0;entryDx=0;entryDy=0;exitX=0.676;exitY=1.042;exitDx=0;exitDy=0;exitPerimeter=0;" parent="1" source="Z80UwrU0Vu5smdOcJr8o-2" target="LdrxgRQo7zRXQQt_UOkl-47" edge="1">
          <mxGeometry relative="1" as="geometry">
            <mxPoint x="1150" y="730" as="sourcePoint" />
            <mxPoint x="481" y="889" as="targetPoint" />
          </mxGeometry>
        </mxCell>
        <mxCell id="LdrxgRQo7zRXQQt_UOkl-50" value="rico:hasOrHadCorporateBodyType" style="edgeLabel;resizable=0;html=1;;align=center;verticalAlign=middle;" parent="LdrxgRQo7zRXQQt_UOkl-49" connectable="0" vertex="1">
          <mxGeometry relative="1" as="geometry" />
        </mxCell>
        <mxCell id="LdrxgRQo7zRXQQt_UOkl-51" value="" style="endArrow=classic;html=1;rounded=0;exitX=0.474;exitY=0.98;exitDx=0;exitDy=0;entryX=0.5;entryY=0;entryDx=0;entryDy=0;exitPerimeter=0;" parent="1" source="LdrxgRQo7zRXQQt_UOkl-24" target="LdrxgRQo7zRXQQt_UOkl-53" edge="1">
          <mxGeometry relative="1" as="geometry">
            <mxPoint x="80" y="1180" as="sourcePoint" />
            <mxPoint x="10" y="1180" as="targetPoint" />
          </mxGeometry>
        </mxCell>
        <mxCell id="LdrxgRQo7zRXQQt_UOkl-52" value="rico:hasOrHadType" style="edgeLabel;resizable=0;html=1;;align=center;verticalAlign=middle;" parent="LdrxgRQo7zRXQQt_UOkl-51" connectable="0" vertex="1">
          <mxGeometry relative="1" as="geometry" />
        </mxCell>
        <mxCell id="LdrxgRQo7zRXQQt_UOkl-53" value="/Schema/Authority/VariantAgentName" style="swimlane;fontStyle=0;childLayout=stackLayout;horizontal=1;startSize=26;fillColor=none;horizontalStack=0;resizeParent=1;resizeParentMax=0;resizeLast=0;collapsible=1;marginBottom=0;whiteSpace=wrap;html=1;strokeColor=#FF0000;" parent="1" vertex="1">
          <mxGeometry x="-437.5" y="840" width="247.5" height="52" as="geometry" />
        </mxCell>
        <mxCell id="LdrxgRQo7zRXQQt_UOkl-54" value="rico:Type" style="text;strokeColor=none;fillColor=none;align=center;verticalAlign=top;spacingLeft=4;spacingRight=4;overflow=hidden;rotatable=0;points=[[0,0.5],[1,0.5]];portConstraint=eastwest;whiteSpace=wrap;html=1;" parent="LdrxgRQo7zRXQQt_UOkl-53" vertex="1">
          <mxGeometry y="26" width="247.5" height="26" as="geometry" />
        </mxCell>
        <mxCell id="PsgF6pNrnCMBm3obLfe6-1" value="" style="endArrow=classic;html=1;rounded=0;exitX=0.75;exitY=0;exitDx=0;exitDy=0;entryX=0.526;entryY=0.923;entryDx=0;entryDy=0;entryPerimeter=0;" parent="1" source="iiJ8OJKaNMLrSCaLO3TT-1" target="PsgF6pNrnCMBm3obLfe6-4" edge="1">
          <mxGeometry relative="1" as="geometry">
            <mxPoint x="307" y="90" as="sourcePoint" />
            <mxPoint x="410" y="30" as="targetPoint" />
          </mxGeometry>
        </mxCell>
        <mxCell id="PsgF6pNrnCMBm3obLfe6-2" value="rico:hasOrHadType" style="edgeLabel;resizable=0;html=1;;align=center;verticalAlign=middle;" parent="PsgF6pNrnCMBm3obLfe6-1" connectable="0" vertex="1">
          <mxGeometry relative="1" as="geometry" />
        </mxCell>
        <mxCell id="PsgF6pNrnCMBm3obLfe6-3" value="/Schema/Authority/NaturalAgentName" style="swimlane;fontStyle=0;childLayout=stackLayout;horizontal=1;startSize=26;fillColor=none;horizontalStack=0;resizeParent=1;resizeParentMax=0;resizeLast=0;collapsible=1;marginBottom=0;whiteSpace=wrap;html=1;strokeColor=#FF0000;" parent="1" vertex="1">
          <mxGeometry x="200" y="-32" width="270" height="52" as="geometry">
            <mxRectangle x="981" y="570" width="50" height="40" as="alternateBounds" />
          </mxGeometry>
        </mxCell>
        <mxCell id="PsgF6pNrnCMBm3obLfe6-4" value="rico:Type" style="text;strokeColor=none;fillColor=none;align=center;verticalAlign=top;spacingLeft=4;spacingRight=4;overflow=hidden;rotatable=0;points=[[0,0.5],[1,0.5]];portConstraint=eastwest;whiteSpace=wrap;html=1;" parent="PsgF6pNrnCMBm3obLfe6-3" vertex="1">
          <mxGeometry y="26" width="270" height="26" as="geometry" />
        </mxCell>
-         <mxCell id="cuPy41NEiSmLZpDvVlvN-1" value="CMTAU" style="html=1;whiteSpace=wrap;rounded=1;arcSize=50;" parent="1" vertex="1">
+         <mxCell id="cuPy41NEiSmLZpDvVlvN-1" value="{CMTAU}" style="html=1;whiteSpace=wrap;rounded=1;arcSize=50;" parent="1" vertex="1">
          <mxGeometry x="1040" y="570" width="150" height="50" as="geometry" />
        </mxCell>
        <mxCell id="cuPy41NEiSmLZpDvVlvN-2" value="" style="endArrow=classic;html=1;rounded=0;exitX=0.801;exitY=1.01;exitDx=0;exitDy=0;exitPerimeter=0;entryX=0;entryY=0.5;entryDx=0;entryDy=0;" parent="1" source="gmwnegnUR_CNORKRYM6Y-2" target="cuPy41NEiSmLZpDvVlvN-1" edge="1">
          <mxGeometry relative="1" as="geometry">
            <mxPoint x="461" y="433" as="sourcePoint" />
            <mxPoint x="1157" y="485" as="targetPoint" />
          </mxGeometry>
        </mxCell>
        <mxCell id="cuPy41NEiSmLZpDvVlvN-3" value="auth:privateNote" style="edgeLabel;resizable=0;html=1;;align=center;verticalAlign=middle;" parent="cuPy41NEiSmLZpDvVlvN-2" connectable="0" vertex="1">
          <mxGeometry relative="1" as="geometry">
            <mxPoint x="69" y="16" as="offset" />
          </mxGeometry>
        </mxCell>
        <mxCell id="cuPy41NEiSmLZpDvVlvN-4" value="" style="endArrow=classic;html=1;rounded=0;entryX=0.5;entryY=0;entryDx=0;entryDy=0;exitX=0.557;exitY=0.995;exitDx=0;exitDy=0;exitPerimeter=0;" parent="1" source="I4GB3cVhTv-sTvJ7h0Jz-30" target="cuPy41NEiSmLZpDvVlvN-6" edge="1">
          <mxGeometry relative="1" as="geometry">
            <mxPoint x="69.99999999999986" y="344.0799999999999" as="sourcePoint" />
            <mxPoint x="39.59" y="650" as="targetPoint" />
          </mxGeometry>
        </mxCell>
        <mxCell id="cuPy41NEiSmLZpDvVlvN-5" value="rico:lastModificationDate" style="edgeLabel;resizable=0;html=1;;align=center;verticalAlign=middle;" parent="cuPy41NEiSmLZpDvVlvN-4" connectable="0" vertex="1">
          <mxGeometry relative="1" as="geometry">
            <mxPoint x="15" y="-1" as="offset" />
          </mxGeometry>
        </mxCell>
-         <mxCell id="cuPy41NEiSmLZpDvVlvN-6" value="MOD_DATE" style="html=1;whiteSpace=wrap;rounded=1;arcSize=50;" parent="1" vertex="1">
+         <mxCell id="cuPy41NEiSmLZpDvVlvN-6" value="{MOD_DATE}" style="html=1;whiteSpace=wrap;rounded=1;arcSize=50;" parent="1" vertex="1">
          <mxGeometry x="-510" y="500" width="110" height="50" as="geometry" />
        </mxCell>
        <mxCell id="T4FhXZd-5XpHwweIhw_B-1" value="/KB/Agent/{REFA}" style="swimlane;fontStyle=0;childLayout=stackLayout;horizontal=1;startSize=26;fillColor=none;horizontalStack=0;resizeParent=1;resizeParentMax=0;resizeLast=0;collapsible=1;marginBottom=0;whiteSpace=wrap;html=1;strokeColor=#FF0000;" parent="1" vertex="1">
          <mxGeometry x="415" y="80" width="175" height="52" as="geometry" />
        </mxCell>
        <mxCell id="T4FhXZd-5XpHwweIhw_B-2" value="rico:CorporateBody" style="text;strokeColor=none;fillColor=none;align=center;verticalAlign=top;spacingLeft=4;spacingRight=4;overflow=hidden;rotatable=0;points=[[0,0.5],[1,0.5]];portConstraint=eastwest;whiteSpace=wrap;html=1;" parent="T4FhXZd-5XpHwweIhw_B-1" vertex="1">
          <mxGeometry y="26" width="175" height="26" as="geometry" />
        </mxCell>
        <mxCell id="T4FhXZd-5XpHwweIhw_B-3" value="" style="endArrow=classic;html=1;rounded=0;exitX=0.5;exitY=0;exitDx=0;exitDy=0;entryX=0.452;entryY=1.026;entryDx=0;entryDy=0;entryPerimeter=0;" parent="1" source="gmwnegnUR_CNORKRYM6Y-1" target="T4FhXZd-5XpHwweIhw_B-2" edge="1">
          <mxGeometry relative="1" as="geometry">
            <mxPoint x="567" y="294.5" as="sourcePoint" />
            <mxPoint x="493" y="157.5" as="targetPoint" />
          </mxGeometry>
        </mxCell>
        <mxCell id="T4FhXZd-5XpHwweIhw_B-4" value="rico:isEquivalentTo" style="edgeLabel;resizable=0;html=1;;align=center;verticalAlign=middle;" parent="T4FhXZd-5XpHwweIhw_B-3" connectable="0" vertex="1">
          <mxGeometry relative="1" as="geometry" />
        </mxCell>
        <mxCell id="mXWEuhzCrtuQsP6tQl7L-1" value="/KB/Rule/RulesForArchivalDescription" style="swimlane;fontStyle=0;childLayout=stackLayout;horizontal=1;startSize=26;fillColor=none;horizontalStack=0;resizeParent=1;resizeParentMax=0;resizeLast=0;collapsible=1;marginBottom=0;whiteSpace=wrap;html=1;" parent="1" vertex="1">
          <mxGeometry x="-860" y="387" width="280" height="52" as="geometry" />
        </mxCell>
        <mxCell id="mXWEuhzCrtuQsP6tQl7L-2" value="rico:Rule" style="text;strokeColor=none;fillColor=none;align=center;verticalAlign=top;spacingLeft=4;spacingRight=4;overflow=hidden;rotatable=0;points=[[0,0.5],[1,0.5]];portConstraint=eastwest;whiteSpace=wrap;html=1;" parent="mXWEuhzCrtuQsP6tQl7L-1" vertex="1">
          <mxGeometry y="26" width="280" height="26" as="geometry" />
        </mxCell>
        <mxCell id="mXWEuhzCrtuQsP6tQl7L-3" value="" style="endArrow=classic;html=1;rounded=0;entryX=0.5;entryY=0;entryDx=0;entryDy=0;exitX=0;exitY=0.5;exitDx=0;exitDy=0;" parent="1" source="mXWEuhzCrtuQsP6tQl7L-2" target="mXWEuhzCrtuQsP6tQl7L-5" edge="1">
          <mxGeometry relative="1" as="geometry">
            <mxPoint x="-872.7" y="439.00000000000034" as="sourcePoint" />
            <mxPoint x="-650" y="669.64" as="targetPoint" />
          </mxGeometry>
        </mxCell>
        <mxCell id="mXWEuhzCrtuQsP6tQl7L-4" value="rico:title" style="edgeLabel;resizable=0;html=1;;align=center;verticalAlign=middle;" parent="mXWEuhzCrtuQsP6tQl7L-3" connectable="0" vertex="1">
          <mxGeometry relative="1" as="geometry">
            <mxPoint x="9" y="-5" as="offset" />
          </mxGeometry>
        </mxCell>
-         <mxCell id="mXWEuhzCrtuQsP6tQl7L-5" value="RULES" style="html=1;whiteSpace=wrap;rounded=1;arcSize=50;" parent="1" vertex="1">
+         <mxCell id="mXWEuhzCrtuQsP6tQl7L-5" value="{RULES}" style="html=1;whiteSpace=wrap;rounded=1;arcSize=50;" parent="1" vertex="1">
          <mxGeometry x="-1230" y="500" width="110" height="50" as="geometry" />
        </mxCell>
        <mxCell id="mXWEuhzCrtuQsP6tQl7L-6" value="{CONTAG} - {HEADING} (Agent Control Relation). Context: &lt;urn:uuid:{UUID}&gt;" style="html=1;whiteSpace=wrap;rounded=1;arcSize=50;" parent="1" vertex="1">
          <mxGeometry x="410" y="1070" width="570" height="50" as="geometry" />
        </mxCell>
        <mxCell id="mXWEuhzCrtuQsP6tQl7L-7" value="" style="endArrow=classic;html=1;rounded=0;exitX=1;exitY=0.5;exitDx=0;exitDy=0;entryX=0;entryY=0.5;entryDx=0;entryDy=0;" parent="1" source="LdrxgRQo7zRXQQt_UOkl-8" target="mXWEuhzCrtuQsP6tQl7L-6" edge="1">
          <mxGeometry relative="1" as="geometry">
            <mxPoint x="91" y="1073" as="sourcePoint" />
            <mxPoint x="146" y="1190" as="targetPoint" />
          </mxGeometry>
        </mxCell>
        <mxCell id="mXWEuhzCrtuQsP6tQl7L-8" value="rdfs:label" style="edgeLabel;resizable=0;html=1;;align=center;verticalAlign=middle;" parent="mXWEuhzCrtuQsP6tQl7L-7" connectable="0" vertex="1">
          <mxGeometry relative="1" as="geometry">
            <mxPoint y="-2" as="offset" />
          </mxGeometry>
        </mxCell>
        <mxCell id="mXWEuhzCrtuQsP6tQl7L-9" value="" style="endArrow=classic;html=1;rounded=0;entryX=1;entryY=0.5;entryDx=0;entryDy=0;exitX=0;exitY=0.25;exitDx=0;exitDy=0;" parent="1" source="mXWEuhzCrtuQsP6tQl7L-1" edge="1">
          <mxGeometry relative="1" as="geometry">
            <mxPoint x="-970" y="413.5000000000002" as="sourcePoint" />
            <mxPoint x="-1179.9999999999998" y="414.5" as="targetPoint" />
          </mxGeometry>
        </mxCell>
        <mxCell id="mXWEuhzCrtuQsP6tQl7L-10" value="rdfs:label" style="edgeLabel;resizable=0;html=1;;align=center;verticalAlign=middle;" parent="mXWEuhzCrtuQsP6tQl7L-9" connectable="0" vertex="1">
          <mxGeometry relative="1" as="geometry">
            <mxPoint x="-5" y="-1" as="offset" />
          </mxGeometry>
        </mxCell>
        <mxCell id="mXWEuhzCrtuQsP6tQl7L-11" value="Rules for Archival Description" style="html=1;whiteSpace=wrap;rounded=1;arcSize=50;" parent="1" vertex="1">
          <mxGeometry x="-1310" y="389" width="130" height="50" as="geometry" />
        </mxCell>
        <mxCell id="Z80UwrU0Vu5smdOcJr8o-1" value="/KB/{RICO_AUTHTP_CORPORATEBODY}/{HEADING}" style="swimlane;fontStyle=0;childLayout=stackLayout;horizontal=1;startSize=26;fillColor=none;horizontalStack=0;resizeParent=1;resizeParentMax=0;resizeLast=0;collapsible=1;marginBottom=0;whiteSpace=wrap;html=1;strokeColor=#FF0000;" parent="1" vertex="1">
          <mxGeometry x="945" y="760" width="340" height="52" as="geometry" />
        </mxCell>
        <mxCell id="Z80UwrU0Vu5smdOcJr8o-2" value="rico:CorporateBody" style="text;strokeColor=none;fillColor=none;align=center;verticalAlign=top;spacingLeft=4;spacingRight=4;overflow=hidden;rotatable=0;points=[[0,0.5],[1,0.5]];portConstraint=eastwest;whiteSpace=wrap;html=1;" parent="Z80UwrU0Vu5smdOcJr8o-1" vertex="1">
          <mxGeometry y="26" width="340" height="26" as="geometry" />
        </mxCell>
        <mxCell id="Z80UwrU0Vu5smdOcJr8o-4" value="{HEADING} (Corporate Body)" style="html=1;whiteSpace=wrap;rounded=1;arcSize=50;" parent="1" vertex="1">
          <mxGeometry x="1080" y="661" width="350" height="50" as="geometry" />
        </mxCell>
        <mxCell id="Z80UwrU0Vu5smdOcJr8o-5" value="" style="endArrow=classic;html=1;rounded=0;exitX=0.5;exitY=0;exitDx=0;exitDy=0;entryX=0.25;entryY=1;entryDx=0;entryDy=0;" parent="1" source="Z80UwrU0Vu5smdOcJr8o-1" target="Z80UwrU0Vu5smdOcJr8o-4" edge="1">
          <mxGeometry relative="1" as="geometry">
            <mxPoint x="900" y="640" as="sourcePoint" />
            <mxPoint x="816" y="781" as="targetPoint" />
          </mxGeometry>
        </mxCell>
        <mxCell id="Z80UwrU0Vu5smdOcJr8o-6" value="rdfs:label" style="edgeLabel;resizable=0;html=1;;align=center;verticalAlign=middle;" parent="Z80UwrU0Vu5smdOcJr8o-5" connectable="0" vertex="1">
          <mxGeometry relative="1" as="geometry">
            <mxPoint y="-2" as="offset" />
          </mxGeometry>
        </mxCell>
        <mxCell id="Z80UwrU0Vu5smdOcJr8o-7" value="" style="html=1;whiteSpace=wrap;rounded=1;arcSize=50;" parent="1" vertex="1">
          <mxGeometry x="620" y="620" width="50" height="50" as="geometry" />
        </mxCell>
        <mxCell id="Z80UwrU0Vu5smdOcJr8o-8" value="" style="endArrow=classic;html=1;rounded=0;exitX=0.6;exitY=0.962;exitDx=0;exitDy=0;entryX=0.25;entryY=0;entryDx=0;entryDy=0;exitPerimeter=0;" parent="1" source="gmwnegnUR_CNORKRYM6Y-2" target="Z80UwrU0Vu5smdOcJr8o-7" edge="1">
          <mxGeometry relative="1" as="geometry">
            <mxPoint x="595" y="760" as="sourcePoint" />
            <mxPoint x="296" y="781" as="targetPoint" />
          </mxGeometry>
        </mxCell>
        <mxCell id="Z80UwrU0Vu5smdOcJr8o-9" value="rdfs:label" style="edgeLabel;resizable=0;html=1;;align=center;verticalAlign=middle;" parent="Z80UwrU0Vu5smdOcJr8o-8" connectable="0" vertex="1">
          <mxGeometry relative="1" as="geometry">
            <mxPoint y="-2" as="offset" />
          </mxGeometry>
        </mxCell>
        <mxCell id="Z80UwrU0Vu5smdOcJr8o-10" value="/KB/{RICO_AUTHTP_FAMILY}/{HEADING}" style="swimlane;fontStyle=0;childLayout=stackLayout;horizontal=1;startSize=26;fillColor=none;horizontalStack=0;resizeParent=1;resizeParentMax=0;resizeLast=0;collapsible=1;marginBottom=0;whiteSpace=wrap;html=1;strokeColor=#FF0000;" parent="1" vertex="1">
          <mxGeometry x="1500" y="730" width="280" height="52" as="geometry" />
        </mxCell>
        <mxCell id="Z80UwrU0Vu5smdOcJr8o-11" value="rico:Family" style="text;strokeColor=none;fillColor=none;align=center;verticalAlign=top;spacingLeft=4;spacingRight=4;overflow=hidden;rotatable=0;points=[[0,0.5],[1,0.5]];portConstraint=eastwest;whiteSpace=wrap;html=1;" parent="Z80UwrU0Vu5smdOcJr8o-10" vertex="1">
          <mxGeometry y="26" width="280" height="26" as="geometry" />
        </mxCell>
        <mxCell id="Z80UwrU0Vu5smdOcJr8o-12" value="/KB/{RICO_AUTHTP_PLACE}/{HEADING}" style="swimlane;fontStyle=0;childLayout=stackLayout;horizontal=1;startSize=26;fillColor=none;horizontalStack=0;resizeParent=1;resizeParentMax=0;resizeLast=0;collapsible=1;marginBottom=0;whiteSpace=wrap;html=1;strokeColor=#FF0000;" parent="1" vertex="1">
          <mxGeometry x="1530" y="910" width="280" height="52" as="geometry" />
        </mxCell>
        <mxCell id="Z80UwrU0Vu5smdOcJr8o-13" value="rico:Place" style="text;strokeColor=none;fillColor=none;align=center;verticalAlign=top;spacingLeft=4;spacingRight=4;overflow=hidden;rotatable=0;points=[[0,0.5],[1,0.5]];portConstraint=eastwest;whiteSpace=wrap;html=1;" parent="Z80UwrU0Vu5smdOcJr8o-12" vertex="1">
          <mxGeometry y="26" width="280" height="26" as="geometry" />
        </mxCell>
        <mxCell id="Z80UwrU0Vu5smdOcJr8o-14" value="/KB/{RICO_AUTHTP_PERSON}/{HEADING}" style="swimlane;fontStyle=0;childLayout=stackLayout;horizontal=1;startSize=26;fillColor=none;horizontalStack=0;resizeParent=1;resizeParentMax=0;resizeLast=0;collapsible=1;marginBottom=0;whiteSpace=wrap;html=1;strokeColor=#FF0000;" parent="1" vertex="1">
          <mxGeometry x="1440" y="818" width="280" height="52" as="geometry" />
        </mxCell>
        <mxCell id="Z80UwrU0Vu5smdOcJr8o-15" value="rico:Person" style="text;strokeColor=none;fillColor=none;align=center;verticalAlign=top;spacingLeft=4;spacingRight=4;overflow=hidden;rotatable=0;points=[[0,0.5],[1,0.5]];portConstraint=eastwest;whiteSpace=wrap;html=1;" parent="Z80UwrU0Vu5smdOcJr8o-14" vertex="1">
          <mxGeometry y="26" width="280" height="26" as="geometry" />
        </mxCell>
        <mxCell id="Z80UwrU0Vu5smdOcJr8o-16" value="{HEADING} (Family)" style="html=1;whiteSpace=wrap;rounded=1;arcSize=50;" parent="1" vertex="1">
          <mxGeometry x="1710" y="630" width="350" height="50" as="geometry" />
        </mxCell>
        <mxCell id="Z80UwrU0Vu5smdOcJr8o-17" value="" style="endArrow=classic;html=1;rounded=0;exitX=0.75;exitY=0;exitDx=0;exitDy=0;entryX=0.25;entryY=1;entryDx=0;entryDy=0;" parent="1" source="Z80UwrU0Vu5smdOcJr8o-10" target="Z80UwrU0Vu5smdOcJr8o-16" edge="1">
          <mxGeometry relative="1" as="geometry">
            <mxPoint x="1745" y="729" as="sourcePoint" />
            <mxPoint x="1446" y="750" as="targetPoint" />
          </mxGeometry>
        </mxCell>
        <mxCell id="Z80UwrU0Vu5smdOcJr8o-18" value="rdfs:label" style="edgeLabel;resizable=0;html=1;;align=center;verticalAlign=middle;" parent="Z80UwrU0Vu5smdOcJr8o-17" connectable="0" vertex="1">
          <mxGeometry relative="1" as="geometry">
            <mxPoint y="-2" as="offset" />
          </mxGeometry>
        </mxCell>
        <mxCell id="Z80UwrU0Vu5smdOcJr8o-19" value="{HEADING} (Person)" style="html=1;whiteSpace=wrap;rounded=1;arcSize=50;" parent="1" vertex="1">
          <mxGeometry x="1830" y="730" width="300" height="50" as="geometry" />
        </mxCell>
        <mxCell id="Z80UwrU0Vu5smdOcJr8o-20" value="" style="endArrow=classic;html=1;rounded=0;exitX=1;exitY=0.25;exitDx=0;exitDy=0;entryX=0.25;entryY=1;entryDx=0;entryDy=0;" parent="1" source="Z80UwrU0Vu5smdOcJr8o-14" target="Z80UwrU0Vu5smdOcJr8o-19" edge="1">
          <mxGeometry relative="1" as="geometry">
            <mxPoint x="1865" y="829" as="sourcePoint" />
            <mxPoint x="1566" y="850" as="targetPoint" />
          </mxGeometry>
        </mxCell>
        <mxCell id="Z80UwrU0Vu5smdOcJr8o-21" value="rdfs:label" style="edgeLabel;resizable=0;html=1;;align=center;verticalAlign=middle;" parent="Z80UwrU0Vu5smdOcJr8o-20" connectable="0" vertex="1">
          <mxGeometry relative="1" as="geometry">
            <mxPoint y="-2" as="offset" />
          </mxGeometry>
        </mxCell>
        <mxCell id="Z80UwrU0Vu5smdOcJr8o-22" value="{HEADING} (Place)" style="html=1;whiteSpace=wrap;rounded=1;arcSize=50;" parent="1" vertex="1">
          <mxGeometry x="1880" y="823" width="290" height="50" as="geometry" />
        </mxCell>
        <mxCell id="Z80UwrU0Vu5smdOcJr8o-23" value="" style="endArrow=classic;html=1;rounded=0;exitX=1;exitY=0.25;exitDx=0;exitDy=0;entryX=0.25;entryY=1;entryDx=0;entryDy=0;" parent="1" source="Z80UwrU0Vu5smdOcJr8o-12" target="Z80UwrU0Vu5smdOcJr8o-22" edge="1">
          <mxGeometry relative="1" as="geometry">
            <mxPoint x="1915" y="922" as="sourcePoint" />
            <mxPoint x="1616" y="943" as="targetPoint" />
          </mxGeometry>
        </mxCell>
        <mxCell id="Z80UwrU0Vu5smdOcJr8o-24" value="rdfs:label" style="edgeLabel;resizable=0;html=1;;align=center;verticalAlign=middle;" parent="Z80UwrU0Vu5smdOcJr8o-23" connectable="0" vertex="1">
          <mxGeometry relative="1" as="geometry">
            <mxPoint y="-2" as="offset" />
          </mxGeometry>
        </mxCell>
        <mxCell id="Z80UwrU0Vu5smdOcJr8o-25" value="{SUC} (Corporate Body)" style="html=1;whiteSpace=wrap;rounded=1;arcSize=50;" parent="1" vertex="1">
          <mxGeometry x="780" y="872" width="310" height="50" as="geometry" />
        </mxCell>
        <mxCell id="Z80UwrU0Vu5smdOcJr8o-26" value="" style="endArrow=classic;html=1;rounded=0;exitX=1;exitY=0.5;exitDx=0;exitDy=0;entryX=0.25;entryY=0;entryDx=0;entryDy=0;" parent="1" source="LdrxgRQo7zRXQQt_UOkl-35" target="Z80UwrU0Vu5smdOcJr8o-25" edge="1">
          <mxGeometry relative="1" as="geometry">
            <mxPoint x="780" y="850" as="sourcePoint" />
            <mxPoint x="516" y="992" as="targetPoint" />
          </mxGeometry>
        </mxCell>
        <mxCell id="Z80UwrU0Vu5smdOcJr8o-27" value="rdfs:label" style="edgeLabel;resizable=0;html=1;;align=center;verticalAlign=middle;" parent="Z80UwrU0Vu5smdOcJr8o-26" connectable="0" vertex="1">
          <mxGeometry relative="1" as="geometry">
            <mxPoint y="-2" as="offset" />
          </mxGeometry>
        </mxCell>
        <mxCell id="Z80UwrU0Vu5smdOcJr8o-28" value="{PRED} (Corporate Body)" style="html=1;whiteSpace=wrap;rounded=1;arcSize=50;" parent="1" vertex="1">
          <mxGeometry x="700" y="970" width="310" height="50" as="geometry" />
        </mxCell>
        <mxCell id="Z80UwrU0Vu5smdOcJr8o-29" value="" style="endArrow=classic;html=1;rounded=0;exitX=1;exitY=0.5;exitDx=0;exitDy=0;entryX=0.25;entryY=0;entryDx=0;entryDy=0;" parent="1" source="LdrxgRQo7zRXQQt_UOkl-31" target="Z80UwrU0Vu5smdOcJr8o-28" edge="1">
          <mxGeometry relative="1" as="geometry">
            <mxPoint x="630" y="929" as="sourcePoint" />
            <mxPoint x="316" y="1132" as="targetPoint" />
          </mxGeometry>
        </mxCell>
        <mxCell id="Z80UwrU0Vu5smdOcJr8o-30" value="rdfs:label" style="edgeLabel;resizable=0;html=1;;align=center;verticalAlign=middle;" parent="Z80UwrU0Vu5smdOcJr8o-29" connectable="0" vertex="1">
          <mxGeometry relative="1" as="geometry">
            <mxPoint y="-2" as="offset" />
          </mxGeometry>
        </mxCell>
        <mxCell id="Z80UwrU0Vu5smdOcJr8o-31" value="{CONTAG} (Corporate Body)" style="html=1;whiteSpace=wrap;rounded=1;arcSize=50;" parent="1" vertex="1">
          <mxGeometry x="370" y="980" width="310" height="50" as="geometry" />
        </mxCell>
        <mxCell id="Z80UwrU0Vu5smdOcJr8o-32" value="" style="endArrow=classic;html=1;rounded=0;exitX=1;exitY=0.5;exitDx=0;exitDy=0;entryX=0.25;entryY=0;entryDx=0;entryDy=0;" parent="1" source="LdrxgRQo7zRXQQt_UOkl-6" target="Z80UwrU0Vu5smdOcJr8o-31" edge="1">
          <mxGeometry relative="1" as="geometry">
            <mxPoint x="800" y="940" as="sourcePoint" />
            <mxPoint x="386" y="1173" as="targetPoint" />
          </mxGeometry>
        </mxCell>
        <mxCell id="Z80UwrU0Vu5smdOcJr8o-33" value="rdfs:label" style="edgeLabel;resizable=0;html=1;;align=center;verticalAlign=middle;" parent="Z80UwrU0Vu5smdOcJr8o-32" connectable="0" vertex="1">
          <mxGeometry relative="1" as="geometry">
            <mxPoint y="-2" as="offset" />
          </mxGeometry>
        </mxCell>
      </root>
    </mxGraphModel>
  </diagram>
</mxfile>